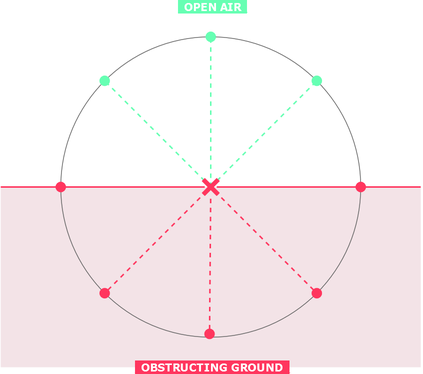
hello-andrew-yan/spigot-smoke keeps this draw.io diagram as assets/diagram.png. Above is the earlier version. Source tidied: cells renumbered, new cells last; positions are measured from the earlier drawing's top-left corner, leaving out a move shared by most shapes. Source of this version:
```xml
<mxGraphModel>
  <root>
    <mxCell id="0" />
    <mxCell id="1" parent="0" />
    <mxCell id="2" style="rounded=0;whiteSpace=wrap;html=1;strokeColor=none;fillColor=#E6C6CE;opacity=50;" parent="1" vertex="1">
      <mxGeometry y="100" width="280" height="120" as="geometry" />
    </mxCell>
    <mxCell id="3" style="ellipse;whiteSpace=wrap;html=1;fillColor=none;strokeWidth=0.5;shadow=0;fontColor=#333333;strokeColor=#666666;" parent="1" vertex="1">
      <mxGeometry x="40" width="200" height="200" as="geometry" />
    </mxCell>
    <mxCell id="4" style="endArrow=oval;html=1;rounded=0;entryX=0.5;entryY=0;entryDx=0;entryDy=0;strokeColor=#66FFB3;dashed=1;endFill=1;" parent="1" edge="1" target="3">
      <mxGeometry relative="1" as="geometry">
        <mxPoint x="140" y="100" as="sourcePoint" />
      </mxGeometry>
    </mxCell>
    <mxCell id="5" style="endArrow=oval;html=1;rounded=0;entryX=0;entryY=0;entryDx=0;entryDy=0;strokeColor=#66FFB3;dashed=1;endFill=1;" parent="1" edge="1" target="3">
      <mxGeometry relative="1" as="geometry">
        <mxPoint x="140" y="100" as="sourcePoint" />
      </mxGeometry>
    </mxCell>
    <mxCell id="6" style="endArrow=oval;html=1;rounded=0;strokeColor=#66FFB3;dashed=1;endFill=1;entryX=1;entryY=0;entryDx=0;entryDy=0;" parent="1" edge="1" target="3">
      <mxGeometry relative="1" as="geometry">
        <mxPoint x="140" y="100" as="sourcePoint" />
      </mxGeometry>
    </mxCell>
    <mxCell id="7" style="endArrow=none;html=1;rounded=0;exitX=0;exitY=1;exitDx=0;exitDy=0;strokeColor=#FF365E;dashed=1;startArrow=oval;startFill=1;" parent="1" edge="1" source="3">
      <mxGeometry relative="1" as="geometry">
        <mxPoint x="140" y="100" as="targetPoint" />
      </mxGeometry>
    </mxCell>
    <mxCell id="8" style="endArrow=none;html=1;rounded=0;exitX=1;exitY=1;exitDx=0;exitDy=0;strokeColor=#FF365E;dashed=1;startArrow=oval;startFill=1;" parent="1" edge="1" source="3">
      <mxGeometry relative="1" as="geometry">
        <mxPoint x="140" y="100" as="targetPoint" />
      </mxGeometry>
    </mxCell>
    <mxCell id="9" style="endArrow=none;html=1;rounded=0;strokeColor=#FF365E;" parent="1" edge="1" source="14">
      <mxGeometry relative="1" as="geometry">
        <mxPoint x="280" y="100" as="targetPoint" />
      </mxGeometry>
    </mxCell>
    <mxCell id="10" value="&lt;font style=&quot;font-size: 7px;&quot;&gt;&lt;font style=&quot;font-size: 7px;&quot; face=&quot;Verdana&quot;&gt;&lt;font color=&quot;#ff365e&quot;&gt;_&lt;/font&gt;&lt;font color=&quot;#ffffff&quot;&gt;&lt;b&gt;OBSTRUCTING GROUND&lt;/b&gt;&lt;/font&gt;&lt;font color=&quot;#ff365e&quot;&gt;_ &lt;/font&gt;&lt;/font&gt;&lt;font color=&quot;#ff365e&quot;&gt;&lt;br style=&quot;font-size: 7px;&quot;&gt;&lt;/font&gt;&lt;/font&gt;" style="edgeLabel;html=1;align=center;verticalAlign=middle;labelBackgroundColor=#FF365E;labelBorderColor=none;textShadow=0;spacing=2;fontSize=7;fontColor=#F7F7F7;" parent="9" vertex="1">
      <mxGeometry x="0.9" relative="1" as="geometry">
        <mxPoint x="-133" y="120" as="offset" />
      </mxGeometry>
    </mxCell>
    <mxCell id="11" value="&lt;font style=&quot;font-size: 7px;&quot;&gt;&lt;font face=&quot;Verdana&quot; style=&quot;font-size: 7px;&quot;&gt;&lt;font color=&quot;#66ffb3&quot;&gt;_&lt;/font&gt;&lt;font color=&quot;#ffffff&quot;&gt;&lt;b&gt;OPEN AIR&lt;/b&gt;&lt;/font&gt;&lt;font color=&quot;#66ffb3&quot;&gt;_ &lt;/font&gt;&lt;/font&gt;&lt;font color=&quot;#66ffb3&quot;&gt;&lt;br style=&quot;font-size: 7px;&quot;&gt;&lt;/font&gt;&lt;/font&gt;" style="edgeLabel;html=1;align=center;verticalAlign=middle;labelBackgroundColor=#66FFB3;labelBorderColor=none;textShadow=0;spacing=2;fontSize=7;fontColor=#F7F7F7;" parent="9" vertex="1">
      <mxGeometry x="0.9" relative="1" as="geometry">
        <mxPoint x="-133" y="-120" as="offset" />
      </mxGeometry>
    </mxCell>
    <mxCell id="12" style="endArrow=none;html=1;rounded=0;strokeColor=#FF365E;" parent="1" edge="1" target="14">
      <mxGeometry relative="1" as="geometry">
        <mxPoint y="100" as="sourcePoint" />
      </mxGeometry>
    </mxCell>
    <mxCell id="13" style="endArrow=none;html=1;rounded=0;exitX=0.496;exitY=0.989;exitDx=0;exitDy=0;exitPerimeter=0;strokeColor=#FF365E;dashed=1;startArrow=oval;startFill=1;" parent="1" edge="1" source="3" target="14">
      <mxGeometry relative="1" as="geometry" />
    </mxCell>
    <mxCell id="14" style="shape=mxgraph.sysml.x;strokeColor=#FF365E;strokeWidth=3;" parent="1" vertex="1">
      <mxGeometry x="135" y="95" width="10" height="10" as="geometry" />
    </mxCell>
    <mxCell id="15" style="endArrow=none;html=1;rounded=0;strokeColor=#FF365E;dashed=1;startArrow=oval;startFill=1;entryX=1;entryY=0.5;entryDx=0;entryDy=0;" parent="1" edge="1" target="3">
      <mxGeometry relative="1" as="geometry">
        <mxPoint x="40" y="100" as="sourcePoint" />
      </mxGeometry>
    </mxCell>
    <mxCell id="16" style="endArrow=none;html=1;rounded=0;strokeColor=#FF365E;dashed=1;startArrow=oval;startFill=1;entryX=0;entryY=0.5;entryDx=0;entryDy=0;" parent="1" edge="1" target="3">
      <mxGeometry relative="1" as="geometry">
        <mxPoint x="240" y="100" as="sourcePoint" />
      </mxGeometry>
    </mxCell>
  </root>
</mxGraphModel>
```
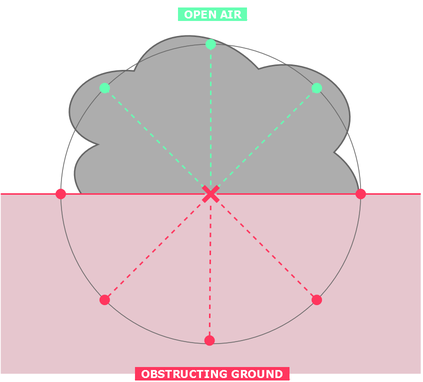
After the commit.

The edit, as a diff of the source:
```diff
@@ -2,72 +2,75 @@
   <root>
     <mxCell id="0" />
     <mxCell id="1" parent="0" />
-    <mxCell id="2" style="rounded=0;whiteSpace=wrap;html=1;strokeColor=none;fillColor=#E6C6CE;opacity=50;" parent="1" vertex="1">
-      <mxGeometry y="100" width="280" height="120" as="geometry" />
+    <mxCell id="2" style="ellipse;shape=cloud;whiteSpace=wrap;html=1;fillColor=#ADADAD;fontColor=#333333;strokeColor=#666666;rotation=5;" parent="1" vertex="1">
+      <mxGeometry x="30" y="-20" width="220" height="170" as="geometry" />
     </mxCell>
-    <mxCell id="3" style="ellipse;whiteSpace=wrap;html=1;fillColor=none;strokeWidth=0.5;shadow=0;fontColor=#333333;strokeColor=#666666;" parent="1" vertex="1">
-      <mxGeometry x="40" width="200" height="200" as="geometry" />
+    <mxCell id="3" style="rounded=0;whiteSpace=wrap;html=1;strokeColor=none;fillColor=#E6C6CE;" parent="1" vertex="1">
+      <mxGeometry y="100" width="280" height="120" as="geometry" />
     </mxCell>
-    <mxCell id="4" style="endArrow=oval;html=1;rounded=0;entryX=0.5;entryY=0;entryDx=0;entryDy=0;strokeColor=#66FFB3;dashed=1;endFill=1;" parent="1" edge="1" target="3">
-      <mxGeometry relative="1" as="geometry">
-        <mxPoint x="140" y="100" as="sourcePoint" />
-      </mxGeometry>
+    <mxCell id="4" style="ellipse;whiteSpace=wrap;html=1;fillColor=none;strokeWidth=0.5;shadow=0;fontColor=#333333;strokeColor=#666666;" parent="1" vertex="1">
+      <mxGeometry x="40" width="200" height="200" as="geometry" />
     </mxCell>
-    <mxCell id="5" style="endArrow=oval;html=1;rounded=0;entryX=0;entryY=0;entryDx=0;entryDy=0;strokeColor=#66FFB3;dashed=1;endFill=1;" parent="1" edge="1" target="3">
+    <mxCell id="5" style="endArrow=oval;html=1;rounded=0;entryX=0.5;entryY=0;entryDx=0;entryDy=0;strokeColor=#66FFB3;dashed=1;endFill=1;" parent="1" edge="1" target="4">
       <mxGeometry relative="1" as="geometry">
         <mxPoint x="140" y="100" as="sourcePoint" />
       </mxGeometry>
     </mxCell>
-    <mxCell id="6" style="endArrow=oval;html=1;rounded=0;strokeColor=#66FFB3;dashed=1;endFill=1;entryX=1;entryY=0;entryDx=0;entryDy=0;" parent="1" edge="1" target="3">
+    <mxCell id="6" style="endArrow=oval;html=1;rounded=0;entryX=0;entryY=0;entryDx=0;entryDy=0;strokeColor=#66FFB3;dashed=1;endFill=1;" parent="1" edge="1" target="4">
       <mxGeometry relative="1" as="geometry">
         <mxPoint x="140" y="100" as="sourcePoint" />
       </mxGeometry>
     </mxCell>
-    <mxCell id="7" style="endArrow=none;html=1;rounded=0;exitX=0;exitY=1;exitDx=0;exitDy=0;strokeColor=#FF365E;dashed=1;startArrow=oval;startFill=1;" parent="1" edge="1" source="3">
+    <mxCell id="7" style="endArrow=oval;html=1;rounded=0;strokeColor=#66FFB3;dashed=1;endFill=1;entryX=1;entryY=0;entryDx=0;entryDy=0;" parent="1" edge="1" target="4">
       <mxGeometry relative="1" as="geometry">
-        <mxPoint x="140" y="100" as="targetPoint" />
+        <mxPoint x="140" y="100" as="sourcePoint" />
       </mxGeometry>
     </mxCell>
-    <mxCell id="8" style="endArrow=none;html=1;rounded=0;exitX=1;exitY=1;exitDx=0;exitDy=0;strokeColor=#FF365E;dashed=1;startArrow=oval;startFill=1;" parent="1" edge="1" source="3">
+    <mxCell id="8" style="endArrow=none;html=1;rounded=0;exitX=0;exitY=1;exitDx=0;exitDy=0;strokeColor=#FF365E;dashed=1;startArrow=oval;startFill=1;" parent="1" edge="1" source="4">
       <mxGeometry relative="1" as="geometry">
         <mxPoint x="140" y="100" as="targetPoint" />
       </mxGeometry>
     </mxCell>
-    <mxCell id="9" style="endArrow=none;html=1;rounded=0;strokeColor=#FF365E;" parent="1" edge="1" source="14">
+    <mxCell id="9" style="endArrow=none;html=1;rounded=0;exitX=1;exitY=1;exitDx=0;exitDy=0;strokeColor=#FF365E;dashed=1;startArrow=oval;startFill=1;" parent="1" edge="1" source="4">
       <mxGeometry relative="1" as="geometry">
-        <mxPoint x="280" y="100" as="targetPoint" />
+        <mxPoint x="140" y="100" as="targetPoint" />
       </mxGeometry>
     </mxCell>
-    <mxCell id="10" value="&lt;font style=&quot;font-size: 7px;&quot;&gt;&lt;font style=&quot;font-size: 7px;&quot; face=&quot;Verdana&quot;&gt;&lt;font color=&quot;#ff365e&quot;&gt;_&lt;/font&gt;&lt;font color=&quot;#ffffff&quot;&gt;&lt;b&gt;OBSTRUCTING GROUND&lt;/b&gt;&lt;/font&gt;&lt;font color=&quot;#ff365e&quot;&gt;_ &lt;/font&gt;&lt;/font&gt;&lt;font color=&quot;#ff365e&quot;&gt;&lt;br style=&quot;font-size: 7px;&quot;&gt;&lt;/font&gt;&lt;/font&gt;" style="edgeLabel;html=1;align=center;verticalAlign=middle;labelBackgroundColor=#FF365E;labelBorderColor=none;textShadow=0;spacing=2;fontSize=7;fontColor=#F7F7F7;" parent="9" vertex="1">
-      <mxGeometry x="0.9" relative="1" as="geometry">
-        <mxPoint x="-133" y="120" as="offset" />
+    <mxCell id="10" style="endArrow=none;html=1;rounded=0;strokeColor=#FF365E;" parent="1" edge="1" source="15">
+      <mxGeometry relative="1" as="geometry">
+        <mxPoint x="280" y="100" as="targetPoint" />
       </mxGeometry>
     </mxCell>
-    <mxCell id="11" value="&lt;font style=&quot;font-size: 7px;&quot;&gt;&lt;font face=&quot;Verdana&quot; style=&quot;font-size: 7px;&quot;&gt;&lt;font color=&quot;#66ffb3&quot;&gt;_&lt;/font&gt;&lt;font color=&quot;#ffffff&quot;&gt;&lt;b&gt;OPEN AIR&lt;/b&gt;&lt;/font&gt;&lt;font color=&quot;#66ffb3&quot;&gt;_ &lt;/font&gt;&lt;/font&gt;&lt;font color=&quot;#66ffb3&quot;&gt;&lt;br style=&quot;font-size: 7px;&quot;&gt;&lt;/font&gt;&lt;/font&gt;" style="edgeLabel;html=1;align=center;verticalAlign=middle;labelBackgroundColor=#66FFB3;labelBorderColor=none;textShadow=0;spacing=2;fontSize=7;fontColor=#F7F7F7;" parent="9" vertex="1">
+    <mxCell id="11" value="&lt;font style=&quot;font-size: 7px;&quot;&gt;&lt;font style=&quot;font-size: 7px;&quot; face=&quot;Verdana&quot;&gt;&lt;font color=&quot;#ff365e&quot;&gt;_&lt;/font&gt;&lt;font color=&quot;#ffffff&quot;&gt;&lt;b&gt;OBSTRUCTING GROUND&lt;/b&gt;&lt;/font&gt;&lt;font color=&quot;#ff365e&quot;&gt;_ &lt;/font&gt;&lt;/font&gt;&lt;font color=&quot;#ff365e&quot;&gt;&lt;br style=&quot;font-size: 7px;&quot;&gt;&lt;/font&gt;&lt;/font&gt;" style="edgeLabel;html=1;align=center;verticalAlign=middle;labelBackgroundColor=#FF365E;labelBorderColor=none;textShadow=0;spacing=2;fontSize=7;fontColor=#F7F7F7;" parent="10" vertex="1">
       <mxGeometry x="0.9" relative="1" as="geometry">
-        <mxPoint x="-133" y="-120" as="offset" />
+        <mxPoint x="-133" y="120" as="offset" />
       </mxGeometry>
     </mxCell>
-    <mxCell id="12" style="endArrow=none;html=1;rounded=0;strokeColor=#FF365E;" parent="1" edge="1" target="14">
-      <mxGeometry relative="1" as="geometry">
-        <mxPoint y="100" as="sourcePoint" />
+    <mxCell id="12" value="&lt;font style=&quot;font-size: 7px;&quot;&gt;&lt;font face=&quot;Verdana&quot; style=&quot;font-size: 7px;&quot;&gt;&lt;font color=&quot;#66ffb3&quot;&gt;_&lt;/font&gt;&lt;font color=&quot;#ffffff&quot;&gt;&lt;b&gt;OPEN AIR&lt;/b&gt;&lt;/font&gt;&lt;font color=&quot;#66ffb3&quot;&gt;_ &lt;/font&gt;&lt;/font&gt;&lt;font color=&quot;#66ffb3&quot;&gt;&lt;br style=&quot;font-size: 7px;&quot;&gt;&lt;/font&gt;&lt;/font&gt;" style="edgeLabel;html=1;align=center;verticalAlign=middle;labelBackgroundColor=#66FFB3;labelBorderColor=none;textShadow=0;spacing=2;fontSize=7;fontColor=#F7F7F7;" parent="10" vertex="1">
+      <mxGeometry x="0.9" relative="1" as="geometry">
+        <mxPoint x="-133" y="-120" as="offset" />
       </mxGeometry>
     </mxCell>
-    <mxCell id="13" style="endArrow=none;html=1;rounded=0;exitX=0.496;exitY=0.989;exitDx=0;exitDy=0;exitPerimeter=0;strokeColor=#FF365E;dashed=1;startArrow=oval;startFill=1;" parent="1" edge="1" source="3" target="14">
-      <mxGeometry relative="1" as="geometry" />
+    <mxCell id="13" style="endArrow=none;html=1;rounded=0;strokeColor=#FF365E;" parent="1" edge="1" target="15">
+      <mxGeometry relative="1" as="geometry">
+        <mxPoint y="100" as="sourcePoint" />
+      </mxGeometry>
     </mxCell>
-    <mxCell id="14" style="shape=mxgraph.sysml.x;strokeColor=#FF365E;strokeWidth=3;" parent="1" vertex="1">
-      <mxGeometry x="135" y="95" width="10" height="10" as="geometry" />
+    <mxCell id="14" style="endArrow=none;html=1;rounded=0;exitX=0.496;exitY=0.989;exitDx=0;exitDy=0;exitPerimeter=0;strokeColor=#FF365E;dashed=1;startArrow=oval;startFill=1;" parent="1" edge="1" source="4" target="15">
+      <mxGeometry relative="1" as="geometry" />
     </mxCell>
-    <mxCell id="15" style="endArrow=none;html=1;rounded=0;strokeColor=#FF365E;dashed=1;startArrow=oval;startFill=1;entryX=1;entryY=0.5;entryDx=0;entryDy=0;" parent="1" edge="1" target="3">
-      <mxGeometry relative="1" as="geometry">
-        <mxPoint x="40" y="100" as="sourcePoint" />
-      </mxGeometry>
+    <mxCell id="15" style="shape=mxgraph.sysml.x;strokeColor=#FF365E;strokeWidth=3;" parent="1" vertex="1">
+      <mxGeometry x="135" y="95" width="10" height="10" as="geometry" />
     </mxCell>
-    <mxCell id="16" style="endArrow=none;html=1;rounded=0;strokeColor=#FF365E;dashed=1;startArrow=oval;startFill=1;entryX=0;entryY=0.5;entryDx=0;entryDy=0;" parent="1" edge="1" target="3">
+    <mxCell id="16" style="endArrow=none;html=1;rounded=0;strokeColor=#FF365E;dashed=1;startArrow=oval;startFill=1;entryX=1;entryY=0.5;entryDx=0;entryDy=0;" parent="1" edge="1" target="4">
       <mxGeometry relative="1" as="geometry">
-        <mxPoint x="240" y="100" as="sourcePoint" />
+        <mxPoint x="40" y="100" as="sourcePoint" />
       </mxGeometry>
     </mxCell>
+    <mxCell id="17" style="endArrow=none;html=1;rounded=0;strokeColor=#FF365E;dashed=1;startArrow=oval;startFill=1;entryX=0;entryY=0.5;entryDx=0;entryDy=0;" parent="1" edge="1" target="4">
+      <mxGeometry relative="1" as="geometry">
+        <mxPoint x="240" y="100" as="sourcePoint" />
+      </mxGeometry>
+    </mxCell>
   </root>
 </mxGraphModel>
```
